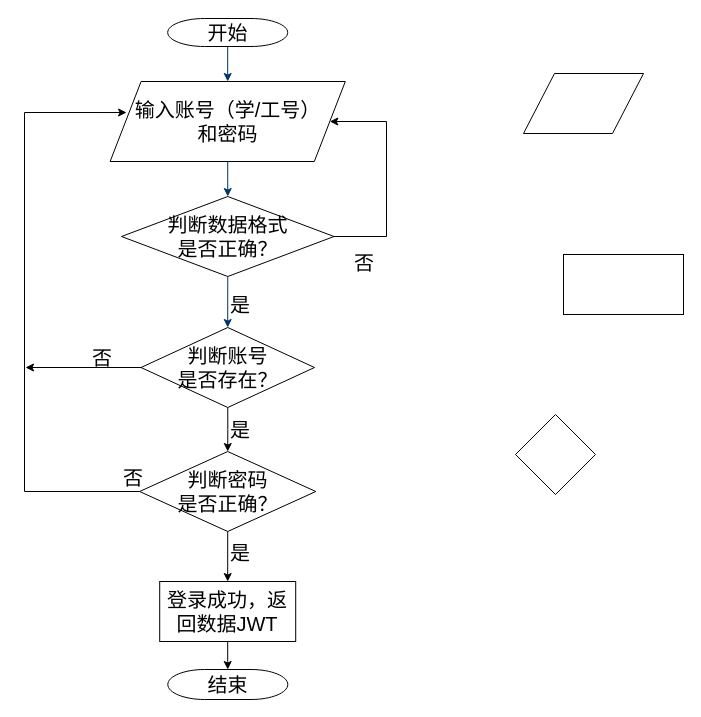
Earlier version of the draw.io diagram page "登录" (1 of 16) of 流程图.drawio (Gonod20s/Voice-Controlled-Robot). Source tidied: cells renumbered, new cells numbered last; positions are measured from the earlier drawing's top-left corner, leaving out a move shared by most shapes. Both pictures are drawn from the tidied source at 100%, with x=0, y=0 at pixel (24, 18).
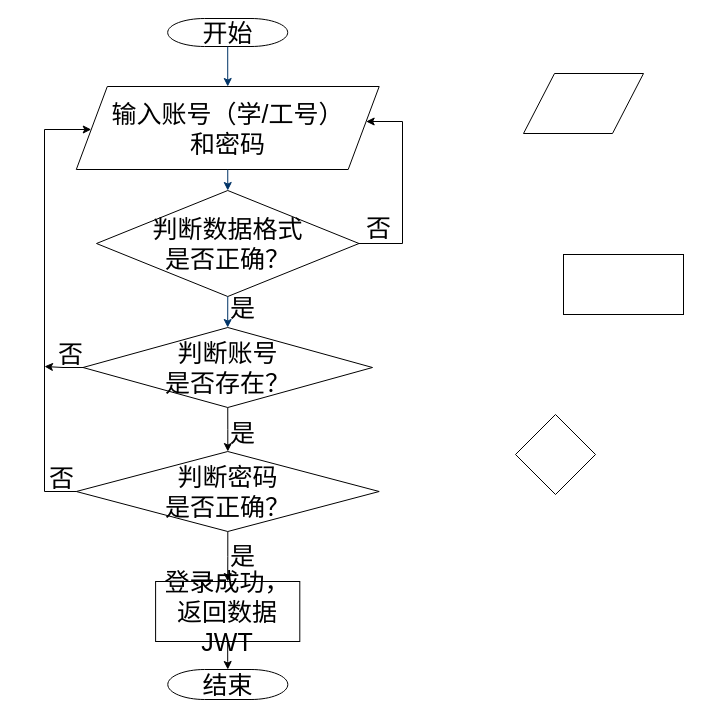
After the change.

What changed in the source:
```diff
@@
-    <mxCell id="5" value="&lt;font&gt;开始&lt;/font&gt;" style="shape=mxgraph.flowchart.terminator;strokeWidth=1;gradientColor=none;gradientDirection=north;fontStyle=0;html=1;strokeColor=default;fontFamily=宋体;fontSize=20;" parent="1" vertex="1">
+    <mxCell id="5" value="&lt;font&gt;开始&lt;/font&gt;" style="shape=mxgraph.flowchart.terminator;strokeWidth=1;gradientColor=none;gradientDirection=north;fontStyle=0;html=1;strokeColor=default;fontFamily=宋体;fontSize=25;" parent="1" vertex="1">
       <mxGeometry x="143.2" width="120" height="28" as="geometry" />
     </mxCell>
-    <mxCell id="6" value="&lt;font&gt;输入账号（学/工号）&lt;/font&gt;&lt;div&gt;&lt;font&gt;和密码&lt;/font&gt;&lt;/div&gt;" style="shape=parallelogram;perimeter=parallelogramPerimeter;whiteSpace=wrap;html=1;fixedSize=1;size=30.999989827474053;strokeWidth=1;fontFamily=宋体;fontSize=20;" parent="1" vertex="1">
-      <mxGeometry x="85.6" y="63" width="235.2" height="80" as="geometry" />
+    <mxCell id="6" value="&lt;font&gt;输入账号（学/工号）&lt;/font&gt;&lt;div&gt;&lt;font&gt;和密码&lt;/font&gt;&lt;/div&gt;" style="shape=parallelogram;perimeter=parallelogramPerimeter;whiteSpace=wrap;html=1;fixedSize=1;size=30.999989827474053;strokeWidth=1;fontFamily=宋体;fontSize=25;" parent="1" vertex="1">
+      <mxGeometry x="51.8" y="68" width="302.9" height="83" as="geometry" />
     </mxCell>
-    <mxCell id="7" value="&lt;font&gt;判断数据格式&lt;/font&gt;&lt;div&gt;&lt;font&gt;是否正确？&lt;/font&gt;&lt;/div&gt;" style="shape=mxgraph.flowchart.decision;strokeWidth=1;gradientColor=none;gradientDirection=north;fontStyle=0;html=1;strokeColor=default;align=center;verticalAlign=middle;fontFamily=宋体;fontSize=20;fontColor=default;fillColor=default;" parent="1" vertex="1">
-      <mxGeometry x="97" y="178" width="212.5" height="80" as="geometry" />
+    <mxCell id="7" value="&lt;font&gt;判断数据格式&lt;/font&gt;&lt;div&gt;&lt;font&gt;是否正确？&lt;/font&gt;&lt;/div&gt;" style="shape=mxgraph.flowchart.decision;strokeWidth=1;gradientColor=none;gradientDirection=north;fontStyle=0;html=1;strokeColor=default;align=center;verticalAlign=middle;fontFamily=宋体;fontSize=25;fontColor=default;fillColor=default;" parent="1" vertex="1">
+      <mxGeometry x="72" y="172" width="262.5" height="106" as="geometry" />
     </mxCell>
-    <mxCell id="8" style="fontStyle=1;strokeColor=#003366;strokeWidth=1;html=1;fontFamily=宋体;fontSize=20;" parent="1" edge="1" source="5" target="6">
+    <mxCell id="8" style="fontStyle=1;strokeColor=#003366;strokeWidth=1;html=1;fontFamily=宋体;fontSize=25;" parent="1" edge="1" source="5" target="6">
       <mxGeometry relative="1" as="geometry" />
     </mxCell>
-    <mxCell id="9" style="entryX=0.5;entryY=0;entryPerimeter=0;fontStyle=1;strokeColor=#003366;strokeWidth=1;html=1;exitX=0.5;exitY=1;exitDx=0;exitDy=0;exitPerimeter=0;fontFamily=宋体;fontSize=20;" parent="1" edge="1" source="6" target="7">
+    <mxCell id="9" style="entryX=0.5;entryY=0;entryPerimeter=0;fontStyle=1;strokeColor=#003366;strokeWidth=1;html=1;exitX=0.5;exitY=1;exitDx=0;exitDy=0;exitPerimeter=0;fontFamily=宋体;fontSize=25;" parent="1" edge="1" source="6" target="7">
       <mxGeometry relative="1" as="geometry" />
     </mxCell>
-    <mxCell id="10" value="&lt;font&gt;是&lt;/font&gt;" style="text;fontStyle=0;html=1;strokeColor=none;gradientColor=none;fillColor=none;strokeWidth=2;fontFamily=宋体;fontSize=20;" parent="1" vertex="1">
+    <mxCell id="10" value="&lt;font&gt;是&lt;/font&gt;" style="text;fontStyle=0;html=1;strokeColor=none;gradientColor=none;fillColor=none;strokeWidth=2;fontFamily=宋体;fontSize=25;" parent="1" vertex="1">
       <mxGeometry x="204.2" y="268" width="40" height="26" as="geometry" />
     </mxCell>
-    <mxCell id="11" style="edgeStyle=elbowEdgeStyle;elbow=horizontal;fontColor=#001933;fontStyle=1;strokeColor=#003366;strokeWidth=1;html=1;exitX=0.5;exitY=1;exitDx=0;exitDy=0;exitPerimeter=0;entryX=0.5;entryY=0;entryDx=0;entryDy=0;entryPerimeter=0;fontFamily=宋体;fontSize=20;" parent="1" edge="1" source="7" target="14">
+    <mxCell id="11" style="edgeStyle=elbowEdgeStyle;elbow=horizontal;fontColor=#001933;fontStyle=1;strokeColor=#003366;strokeWidth=1;html=1;exitX=0.5;exitY=1;exitDx=0;exitDy=0;exitPerimeter=0;entryX=0.5;entryY=0;entryDx=0;entryDy=0;entryPerimeter=0;fontFamily=宋体;fontSize=25;" parent="1" edge="1" source="7" target="14">
       <mxGeometry as="geometry">
         <Array as="points">
           <mxPoint x="203.2" y="318" />
         </Array>
       </mxGeometry>
     </mxCell>
-    <mxCell id="12" style="edgeStyle=orthogonalEdgeStyle;rounded=0;jettySize=auto;html=1;exitX=0.5;exitY=1;exitDx=0;exitDy=0;exitPerimeter=0;fontFamily=宋体;fontSize=20;" parent="1" edge="1" source="14" target="17">
+    <mxCell id="12" style="edgeStyle=orthogonalEdgeStyle;rounded=0;jettySize=auto;html=1;exitX=0.5;exitY=1;exitDx=0;exitDy=0;exitPerimeter=0;fontFamily=宋体;fontSize=25;" parent="1" edge="1" source="14" target="17">
       <mxGeometry relative="1" as="geometry" />
     </mxCell>
-    <mxCell id="13" style="edgeStyle=orthogonalEdgeStyle;rounded=0;jettySize=auto;html=1;fontFamily=宋体;fontSize=20;" parent="1" edge="1" source="14">
-      <mxGeometry relative="1" as="geometry">
-        <mxPoint x="1" y="349" as="targetPoint" />
-        <Array as="points">
-          <mxPoint x="1" y="349" />
-        </Array>
-      </mxGeometry>
-    </mxCell>
+    <mxCell id="27" style="edgeStyle=orthogonalEdgeStyle;rounded=0;jettySize=auto;html=1;fontFamily=宋体;fontSize=25;" parent="1" edge="1" source="14">
+      <mxGeometry relative="1" as="geometry">
+        <mxPoint x="20" y="348" as="targetPoint" />
+      </mxGeometry>
+    </mxCell>
-    <mxCell id="14" value="&lt;font&gt;判断账号&lt;/font&gt;&lt;div&gt;&lt;font&gt;是否存在？&lt;/font&gt;&lt;/div&gt;" style="shape=mxgraph.flowchart.decision;strokeWidth=1;gradientColor=none;gradientDirection=north;fontStyle=0;html=1;strokeColor=default;align=center;verticalAlign=middle;fontFamily=宋体;fontSize=20;fontColor=default;fillColor=default;" parent="1" vertex="1">
-      <mxGeometry x="116.5" y="309" width="173.5" height="80" as="geometry" />
+    <mxCell id="14" value="&lt;font&gt;判断账号&lt;/font&gt;&lt;div&gt;&lt;font&gt;是否存在？&lt;/font&gt;&lt;/div&gt;" style="shape=mxgraph.flowchart.decision;strokeWidth=1;gradientColor=none;gradientDirection=north;fontStyle=0;html=1;strokeColor=default;align=center;verticalAlign=middle;fontFamily=宋体;fontSize=25;fontColor=default;fillColor=default;" parent="1" vertex="1">
+      <mxGeometry x="58.5" y="309" width="289.5" height="80" as="geometry" />
     </mxCell>
-    <mxCell id="15" style="edgeStyle=orthogonalEdgeStyle;rounded=0;jettySize=auto;html=1;fontFamily=宋体;fontSize=20;" parent="1" edge="1" source="17" target="19">
+    <mxCell id="15" style="edgeStyle=orthogonalEdgeStyle;rounded=0;jettySize=auto;html=1;fontFamily=宋体;fontSize=25;" parent="1" edge="1" source="17" target="19">
       <mxGeometry relative="1" as="geometry" />
     </mxCell>
-    <mxCell id="16" style="edgeStyle=orthogonalEdgeStyle;rounded=0;jettySize=auto;html=1;exitX=0;exitY=0.5;exitDx=0;exitDy=0;exitPerimeter=0;entryX=0.07;entryY=0.388;entryDx=0;entryDy=0;fontFamily=宋体;fontSize=20;entryPerimeter=0;" parent="1" edge="1" source="17" target="6">
+    <mxCell id="16" style="edgeStyle=orthogonalEdgeStyle;rounded=0;jettySize=auto;html=1;exitX=0;exitY=0.5;exitDx=0;exitDy=0;exitPerimeter=0;fontFamily=宋体;fontSize=25;" parent="1" edge="1" source="17" target="6">
       <mxGeometry relative="1" as="geometry">
         <Array as="points">
-          <mxPoint y="473" />
-          <mxPoint y="94" />
+          <mxPoint x="20" y="473" />
+          <mxPoint x="20" y="111" />
         </Array>
       </mxGeometry>
     </mxCell>
-    <mxCell id="17" value="&lt;font&gt;判断密码&lt;/font&gt;&lt;div&gt;&lt;font&gt;是否正确？&lt;/font&gt;&lt;/div&gt;" style="shape=mxgraph.flowchart.decision;strokeWidth=1;gradientColor=none;gradientDirection=north;fontStyle=0;html=1;strokeColor=default;align=center;verticalAlign=middle;fontFamily=宋体;fontSize=20;fontColor=default;fillColor=default;" parent="1" vertex="1">
-      <mxGeometry x="115.1" y="433" width="176.2" height="80" as="geometry" />
+    <mxCell id="17" value="&lt;font&gt;判断密码&lt;/font&gt;&lt;div&gt;&lt;font&gt;是否正确？&lt;/font&gt;&lt;/div&gt;" style="shape=mxgraph.flowchart.decision;strokeWidth=1;gradientColor=none;gradientDirection=north;fontStyle=0;html=1;strokeColor=default;align=center;verticalAlign=middle;fontFamily=宋体;fontSize=25;fontColor=default;fillColor=default;" parent="1" vertex="1">
+      <mxGeometry x="51.8" y="433" width="302.9" height="80" as="geometry" />
     </mxCell>
-    <mxCell id="18" style="edgeStyle=orthogonalEdgeStyle;rounded=0;jettySize=auto;html=1;fontFamily=宋体;fontSize=20;" parent="1" edge="1" source="19" target="24">
+    <mxCell id="18" style="edgeStyle=orthogonalEdgeStyle;rounded=0;jettySize=auto;html=1;fontFamily=宋体;fontSize=25;" parent="1" edge="1" source="19" target="24">
       <mxGeometry relative="1" as="geometry" />
     </mxCell>
-    <mxCell id="19" value="&lt;font&gt;登录成功，返回数据JWT&lt;/font&gt;" style="rounded=0;whiteSpace=wrap;html=1;strokeColor=default;align=center;verticalAlign=middle;fontFamily=宋体;fontSize=20;fontColor=default;fillColor=default;" parent="1" vertex="1">
-      <mxGeometry x="135.2" y="563" width="136" height="60" as="geometry" />
+    <mxCell id="19" value="&lt;font&gt;登录成功，返回数据JWT&lt;/font&gt;" style="rounded=0;whiteSpace=wrap;html=1;strokeColor=default;align=center;verticalAlign=middle;fontFamily=宋体;fontSize=25;fontColor=default;fillColor=default;" parent="1" vertex="1">
+      <mxGeometry x="131.1" y="563" width="144.2" height="60" as="geometry" />
     </mxCell>
-    <mxCell id="20" value="&lt;font&gt;是&lt;/font&gt;" style="text;fontStyle=0;html=1;strokeColor=none;gradientColor=none;fillColor=none;strokeWidth=2;fontFamily=宋体;fontSize=20;" parent="1" vertex="1">
+    <mxCell id="20" value="&lt;font&gt;是&lt;/font&gt;" style="text;fontStyle=0;html=1;strokeColor=none;gradientColor=none;fillColor=none;strokeWidth=2;fontFamily=宋体;fontSize=25;" parent="1" vertex="1">
       <mxGeometry x="204.2" y="393" width="40" height="26" as="geometry" />
     </mxCell>
-    <mxCell id="21" value="&lt;font&gt;是&lt;/font&gt;" style="text;fontStyle=0;html=1;strokeColor=none;gradientColor=none;fillColor=none;strokeWidth=2;fontFamily=宋体;fontSize=20;" parent="1" vertex="1">
+    <mxCell id="21" value="&lt;font&gt;是&lt;/font&gt;" style="text;fontStyle=0;html=1;strokeColor=none;gradientColor=none;fillColor=none;strokeWidth=2;fontFamily=宋体;fontSize=25;" parent="1" vertex="1">
       <mxGeometry x="204.2" y="516" width="40" height="26" as="geometry" />
     </mxCell>
-    <mxCell id="22" value="&lt;font&gt;否&lt;/font&gt;" style="text;fontStyle=0;html=1;strokeColor=none;gradientColor=none;fillColor=none;strokeWidth=2;fontFamily=宋体;fontSize=20;" parent="1" vertex="1">
-      <mxGeometry x="328.2" y="226" width="40" height="26" as="geometry" />
+    <mxCell id="22" value="&lt;font&gt;否&lt;/font&gt;" style="text;fontStyle=0;html=1;strokeColor=none;gradientColor=none;fillColor=none;strokeWidth=2;fontFamily=宋体;fontSize=25;" parent="1" vertex="1">
+      <mxGeometry x="340" y="188" width="40" height="26" as="geometry" />
     </mxCell>
-    <mxCell id="23" style="edgeStyle=orthogonalEdgeStyle;rounded=0;jettySize=auto;html=1;exitX=1;exitY=0.5;exitDx=0;exitDy=0;exitPerimeter=0;entryX=1;entryY=0.5;entryDx=0;entryDy=0;fontFamily=宋体;fontSize=20;" parent="1" edge="1" source="7" target="6">
+    <mxCell id="23" style="edgeStyle=orthogonalEdgeStyle;rounded=0;jettySize=auto;html=1;exitX=1;exitY=0.5;exitDx=0;exitDy=0;exitPerimeter=0;fontFamily=宋体;fontSize=25;" parent="1" edge="1" source="7" target="6">
       <mxGeometry relative="1" as="geometry">
         <Array as="points">
-          <mxPoint x="362" y="218" />
-          <mxPoint x="362" y="103" />
+          <mxPoint x="378" y="225" />
+          <mxPoint x="378" y="103" />
         </Array>
       </mxGeometry>
     </mxCell>
-    <mxCell id="24" value="&lt;font&gt;结束&lt;/font&gt;" style="shape=mxgraph.flowchart.terminator;strokeWidth=1;gradientColor=none;gradientDirection=north;fontStyle=0;html=1;fontFamily=宋体;fontSize=20;" parent="1" vertex="1">
+    <mxCell id="24" value="&lt;font&gt;结束&lt;/font&gt;" style="shape=mxgraph.flowchart.terminator;strokeWidth=1;gradientColor=none;gradientDirection=north;fontStyle=0;html=1;fontFamily=宋体;fontSize=25;" parent="1" vertex="1">
       <mxGeometry x="143.3" y="651" width="120" height="30" as="geometry" />
     </mxCell>
-    <mxCell id="25" value="&lt;font&gt;否&lt;/font&gt;" style="text;fontStyle=0;html=1;strokeColor=none;gradientColor=none;fillColor=none;strokeWidth=2;fontFamily=宋体;fontSize=20;" parent="1" vertex="1">
-      <mxGeometry x="66" y="321" width="40" height="26" as="geometry" />
+    <mxCell id="25" value="&lt;font&gt;否&lt;/font&gt;" style="text;fontStyle=0;html=1;strokeColor=none;gradientColor=none;fillColor=none;strokeWidth=2;fontFamily=宋体;fontSize=25;" parent="1" vertex="1">
+      <mxGeometry x="32" y="314" width="40" height="26" as="geometry" />
     </mxCell>
-    <mxCell id="26" value="&lt;font&gt;否&lt;/font&gt;" style="text;fontStyle=0;html=1;strokeColor=none;gradientColor=none;fillColor=none;strokeWidth=2;fontFamily=宋体;fontSize=20;" parent="1" vertex="1">
-      <mxGeometry x="97" y="441" width="40" height="26" as="geometry" />
+    <mxCell id="26" value="&lt;font&gt;否&lt;/font&gt;" style="text;fontStyle=0;html=1;strokeColor=none;gradientColor=none;fillColor=none;strokeWidth=2;fontFamily=宋体;fontSize=25;" parent="1" vertex="1">
+      <mxGeometry x="23" y="438" width="40" height="26" as="geometry" />
     </mxCell>
```
